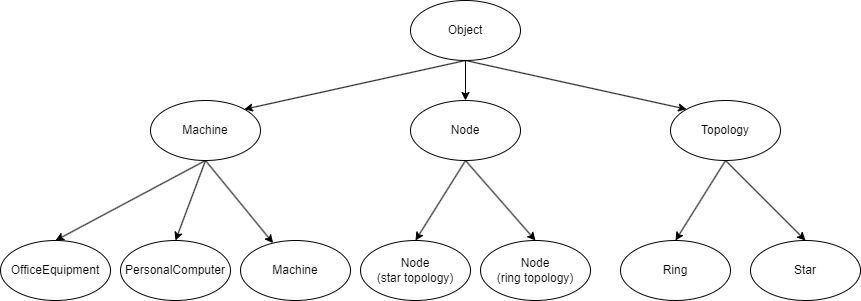
The draw.io diagram Иерархия классов.png in delerus/course-work, before a commit. Source tidied: cells renumbered, new cells last; positions are measured from the earlier drawing's top-left corner, leaving out a move shared by most shapes.
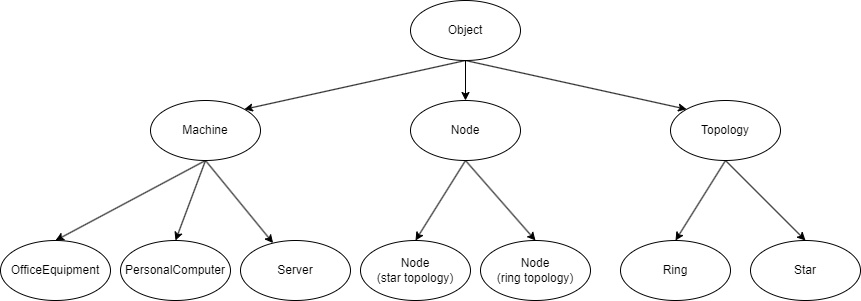
After the change.

Commit message:
fixed class hierarchy diagram

What changed in the source:
```diff
@@ -49,7 +49,7 @@
     <mxCell id="16" value="PersonalComputer" style="ellipse;whiteSpace=wrap;html=1;" parent="1" vertex="1">
       <mxGeometry x="120" y="240" width="110" height="60" as="geometry" />
     </mxCell>
-    <mxCell id="17" value="Machine" style="ellipse;whiteSpace=wrap;html=1;" parent="1" vertex="1">
+    <mxCell id="17" value="Server" style="ellipse;whiteSpace=wrap;html=1;" parent="1" vertex="1">
       <mxGeometry x="240" y="240" width="110" height="60" as="geometry" />
     </mxCell>
     <mxCell id="18" value="Node&lt;br&gt;(star topology)" style="ellipse;whiteSpace=wrap;html=1;" parent="1" vertex="1">
```
